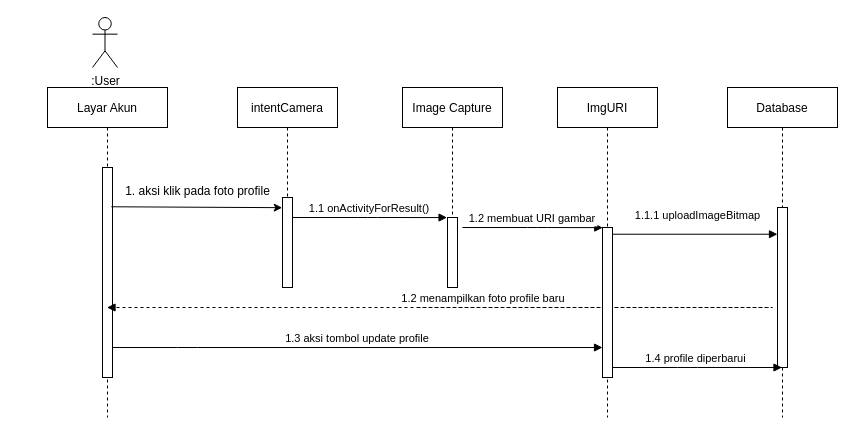
Before: flowchart/SeqUpdatePhoto.drawio in gunadermawan/skripsi, a draw.io diagram. Source tidied: cells renumbered, new cells numbered last; positions are measured from the earlier drawing's top-left corner, leaving out a move shared by most shapes. Both pictures are drawn from the tidied source at 100%, with x=0, y=0 at pixel (47, 17).
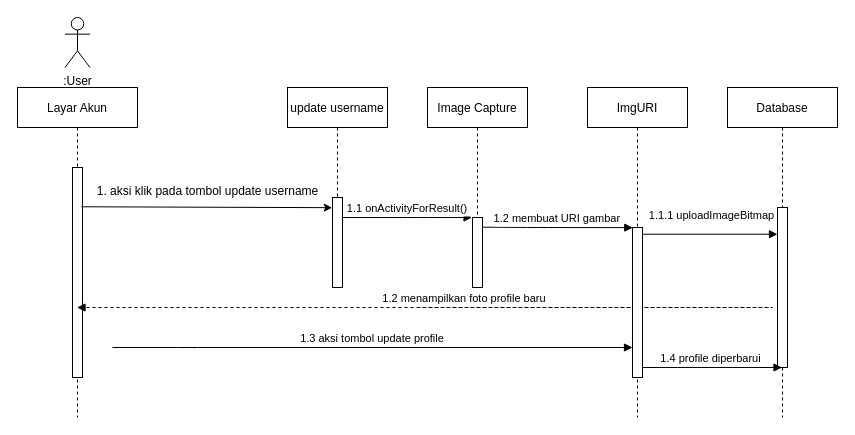
The same page after the edit.

Unchanged cells that the change refers to:
```xml
<mxCell id="12" style="points=[];perimeter=orthogonalPerimeter;rounded=0;shadow=0;strokeWidth=1;" parent="11" vertex="1">
  <mxGeometry x="45" y="130" width="10" height="70" as="geometry" />
</mxCell>
<mxCell id="18" style="points=[];perimeter=orthogonalPerimeter;rounded=0;shadow=0;strokeWidth=1;" parent="17" vertex="1">
  <mxGeometry x="45" y="140" width="10" height="150" as="geometry" />
</mxCell>
```

What changed in the source:
```diff
@@
     <mxCell id="2" value="Layar Akun" style="shape=umlLifeline;perimeter=lifelinePerimeter;rounded=0;shadow=0;strokeWidth=1;" parent="1" vertex="1">
-      <mxGeometry y="70" width="120" height="330" as="geometry" />
+      <mxGeometry x="-30" y="70" width="120" height="330" as="geometry" />
     </mxCell>
@@
-    <mxCell id="4" value="intentCamera" style="shape=umlLifeline;perimeter=lifelinePerimeter;rounded=0;shadow=0;strokeWidth=1;" parent="1" vertex="1">
-      <mxGeometry x="190" y="70" width="100" height="200" as="geometry" />
+    <mxCell id="4" value="update username" style="shape=umlLifeline;perimeter=lifelinePerimeter;rounded=0;shadow=0;strokeWidth=1;" parent="1" vertex="1">
+      <mxGeometry x="240" y="70" width="100" height="200" as="geometry" />
     </mxCell>
@@
     <mxCell id="7" value=":User" style="shape=umlActor;verticalLabelPosition=bottom;verticalAlign=top;html=1;" parent="1" vertex="1">
-      <mxGeometry x="45" width="25" height="50" as="geometry" />
+      <mxGeometry x="17.5" width="25" height="50" as="geometry" />
     </mxCell>
@@
-    <mxCell id="9" value="&lt;span style=&quot;font-weight: normal&quot;&gt;&lt;font style=&quot;font-size: 12px&quot;&gt;1. aksi klik pada foto profile&lt;/font&gt;&lt;/span&gt;" style="text;strokeColor=none;fillColor=none;html=1;fontSize=24;fontStyle=1;verticalAlign=middle;align=center;" parent="1" vertex="1">
-      <mxGeometry x="100" y="150" width="100" height="40" as="geometry" />
+    <mxCell id="9" value="&lt;span style=&quot;font-weight: normal&quot;&gt;&lt;font style=&quot;font-size: 12px&quot;&gt;1. aksi klik pada tombol update username&lt;/font&gt;&lt;/span&gt;" style="text;strokeColor=none;fillColor=none;html=1;fontSize=24;fontStyle=1;verticalAlign=middle;align=center;" parent="1" vertex="1">
+      <mxGeometry x="110" y="150" width="100" height="40" as="geometry" />
     </mxCell>
@@
     <mxCell id="11" value="Image Capture" style="shape=umlLifeline;perimeter=lifelinePerimeter;rounded=0;shadow=0;strokeWidth=1;" parent="1" vertex="1">
-      <mxGeometry x="355" y="70" width="100" height="200" as="geometry" />
+      <mxGeometry x="380" y="70" width="100" height="200" as="geometry" />
     </mxCell>
@@
     <mxCell id="17" value="ImgURI" style="shape=umlLifeline;perimeter=lifelinePerimeter;rounded=0;shadow=0;strokeWidth=1;" parent="1" vertex="1">
-      <mxGeometry x="510" y="70" width="100" height="330" as="geometry" />
+      <mxGeometry x="540" y="70" width="100" height="330" as="geometry" />
     </mxCell>
@@
-    <mxCell id="19" value="1.2 membuat URI gambar" style="verticalAlign=bottom;endArrow=block;shadow=0;strokeWidth=1;entryX=0.028;entryY=0.001;entryDx=0;entryDy=0;entryPerimeter=0;" parent="1" edge="1" target="18">
+    <mxCell id="19" value="1.2 membuat URI gambar" style="verticalAlign=bottom;endArrow=block;shadow=0;strokeWidth=1;entryX=0.028;entryY=0.001;entryDx=0;entryDy=0;entryPerimeter=0;exitX=0.985;exitY=0.138;exitDx=0;exitDy=0;exitPerimeter=0;" parent="1" edge="1" source="12" target="18">
       <mxGeometry relative="1" as="geometry">
-        <mxPoint x="415" y="210" as="sourcePoint" />
         <Array as="points">
           <mxPoint x="490" y="210" />
         </Array>
       </mxGeometry>
     </mxCell>
```
